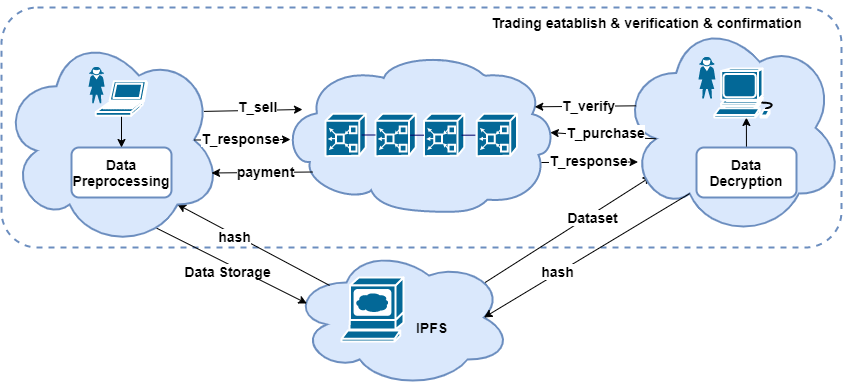
Earlier version of the draw.io export overview.png (yyuu-6/1111). Source tidied: cells renumbered, new cells last; positions are measured from the earlier drawing's top-left corner, leaving out a move shared by most shapes.
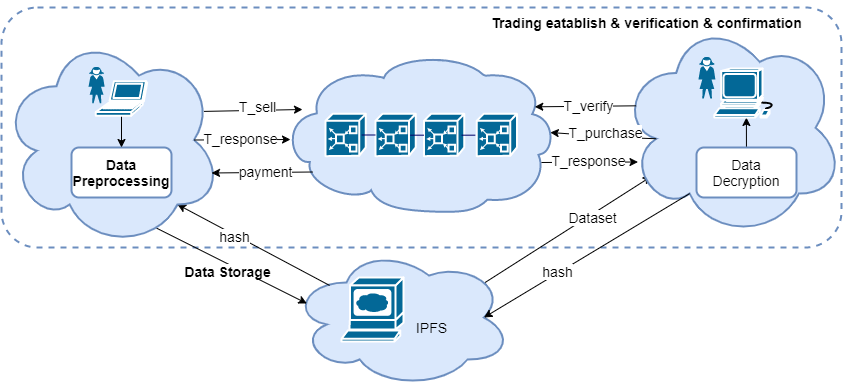
Later version of the same file.

What changed in the source:
```diff
@@ -5,76 +5,76 @@
     <mxCell id="2" style="rounded=1;whiteSpace=wrap;html=1;fontSize=13;strokeColor=#6C8EBF;strokeWidth=2;dashed=1;" parent="1" vertex="1">
       <mxGeometry width="840" height="240" as="geometry" />
     </mxCell>
-    <mxCell id="3" style="edgeStyle=none;rounded=0;jettySize=auto;html=1;exitX=0.88;exitY=0.25;exitDx=0;exitDy=0;exitPerimeter=0;fontSize=13;startArrow=none;startFill=0;endArrow=classic;endFill=1;" parent="1" edge="1" source="5">
+    <mxCell id="3" style="edgeStyle=none;rounded=0;jettySize=auto;html=1;exitX=0.88;exitY=0.25;exitDx=0;exitDy=0;exitPerimeter=0;fontSize=13;startArrow=none;startFill=0;endArrow=classic;endFill=1;fontStyle=0;" parent="1" edge="1" source="5">
       <mxGeometry relative="1" as="geometry">
         <mxPoint x="649.9" y="168.9" as="targetPoint" />
       </mxGeometry>
     </mxCell>
-    <mxCell id="4" value="&lt;font style=&quot;font-size: 14px&quot;&gt;&lt;b&gt;Dataset&lt;/b&gt;&lt;/font&gt;" style="edgeLabel;html=1;align=center;verticalAlign=middle;fontSize=13;" parent="3" vertex="1">
+    <mxCell id="4" value="&lt;font style=&quot;font-size: 14px&quot;&gt;&lt;span&gt;Dataset&lt;/span&gt;&lt;/font&gt;" style="edgeLabel;html=1;align=center;verticalAlign=middle;fontSize=13;fontStyle=0;" parent="3" vertex="1">
       <mxGeometry x="0.27" y="-2" relative="1" as="geometry">
         <mxPoint y="1" as="offset" />
       </mxGeometry>
     </mxCell>
-    <mxCell id="5" style="ellipse;shape=cloud;whiteSpace=wrap;html=1;strokeColor=#6c8ebf;strokeWidth=2;fillColor=#dae8fc;" parent="1" vertex="1">
+    <mxCell id="5" style="ellipse;shape=cloud;whiteSpace=wrap;html=1;strokeColor=#6c8ebf;strokeWidth=2;fillColor=#dae8fc;fontStyle=0;" parent="1" vertex="1">
       <mxGeometry x="290" y="240" width="220" height="140" as="geometry" />
     </mxCell>
-    <mxCell id="6" style="rounded=0;jettySize=auto;html=1;exitX=0.705;exitY=0.91;exitDx=0;exitDy=0;exitPerimeter=0;entryX=0.07;entryY=0.4;entryDx=0;entryDy=0;entryPerimeter=0;" parent="1" edge="1" source="12" target="5">
+    <mxCell id="6" style="rounded=0;jettySize=auto;html=1;exitX=0.705;exitY=0.91;exitDx=0;exitDy=0;exitPerimeter=0;entryX=0.07;entryY=0.4;entryDx=0;entryDy=0;entryPerimeter=0;fontStyle=0;" parent="1" edge="1" source="12" target="5">
       <mxGeometry relative="1" as="geometry" />
     </mxCell>
-    <mxCell id="7" value="&lt;font style=&quot;font-size: 14px&quot;&gt;&lt;b&gt;Data Storage&lt;/b&gt;&lt;/font&gt;" style="edgeLabel;html=1;align=center;verticalAlign=middle;" parent="6" vertex="1">
+    <mxCell id="7" value="&lt;font style=&quot;font-size: 14px&quot;&gt;&lt;span&gt;Data Storage&lt;/span&gt;&lt;/font&gt;" style="edgeLabel;html=1;align=center;verticalAlign=middle;fontStyle=1;" parent="6" vertex="1">
       <mxGeometry x="-0.25" y="2" relative="1" as="geometry">
         <mxPoint x="13" y="16" as="offset" />
       </mxGeometry>
     </mxCell>
-    <mxCell id="8" style="edgeStyle=none;rounded=0;jettySize=auto;html=1;exitX=0.8;exitY=0.8;exitDx=0;exitDy=0;exitPerimeter=0;entryX=0.173;entryY=0.271;entryDx=0;entryDy=0;entryPerimeter=0;startArrow=classic;startFill=1;endArrow=none;endFill=0;" parent="1" edge="1" source="12" target="5">
+    <mxCell id="8" style="edgeStyle=none;rounded=0;jettySize=auto;html=1;exitX=0.8;exitY=0.8;exitDx=0;exitDy=0;exitPerimeter=0;entryX=0.173;entryY=0.271;entryDx=0;entryDy=0;entryPerimeter=0;startArrow=classic;startFill=1;endArrow=none;endFill=0;fontStyle=0;" parent="1" edge="1" source="12" target="5">
       <mxGeometry relative="1" as="geometry" />
     </mxCell>
-    <mxCell id="9" value="&lt;font style=&quot;font-size: 14px&quot;&gt;&lt;b&gt;hash&lt;/b&gt;&lt;/font&gt;" style="edgeLabel;html=1;align=center;verticalAlign=middle;fontSize=13;" parent="8" vertex="1">
+    <mxCell id="9" value="&lt;font style=&quot;font-size: 14px&quot;&gt;&lt;span&gt;hash&lt;/span&gt;&lt;/font&gt;" style="edgeLabel;html=1;align=center;verticalAlign=middle;fontSize=13;fontStyle=0;" parent="8" vertex="1">
       <mxGeometry x="-0.26" y="-2" relative="1" as="geometry">
         <mxPoint x="1" as="offset" />
       </mxGeometry>
     </mxCell>
-    <mxCell id="10" style="rounded=0;jettySize=auto;html=1;exitX=0.92;exitY=0.367;exitDx=0;exitDy=0;exitPerimeter=0;fontSize=13;startArrow=none;startFill=0;endArrow=classic;endFill=1;" parent="1" edge="1" source="12">
+    <mxCell id="10" style="rounded=0;jettySize=auto;html=1;exitX=0.92;exitY=0.367;exitDx=0;exitDy=0;exitPerimeter=0;fontSize=13;startArrow=none;startFill=0;endArrow=classic;endFill=1;fontStyle=0;" parent="1" edge="1" source="12">
       <mxGeometry relative="1" as="geometry">
         <mxPoint x="301" y="102" as="targetPoint" />
       </mxGeometry>
     </mxCell>
-    <mxCell id="11" value="&lt;font style=&quot;font-size: 14px&quot;&gt;&lt;b&gt;T_sell&lt;/b&gt;&lt;/font&gt;" style="edgeLabel;html=1;align=center;verticalAlign=middle;fontSize=13;" parent="10" vertex="1">
+    <mxCell id="11" value="&lt;font style=&quot;font-size: 14px&quot;&gt;&lt;span&gt;T_sell&lt;/span&gt;&lt;/font&gt;" style="edgeLabel;html=1;align=center;verticalAlign=middle;fontSize=13;fontStyle=0;" parent="10" vertex="1">
       <mxGeometry x="0.31" y="-1" relative="1" as="geometry">
         <mxPoint x="-12" y="-5" as="offset" />
       </mxGeometry>
     </mxCell>
-    <mxCell id="12" style="ellipse;shape=cloud;whiteSpace=wrap;html=1;strokeColor=#6c8ebf;strokeWidth=2;fillColor=#dae8fc;" parent="1" vertex="1">
+    <mxCell id="12" style="ellipse;shape=cloud;whiteSpace=wrap;html=1;strokeColor=#6c8ebf;strokeWidth=2;fillColor=#dae8fc;fontStyle=0;" parent="1" vertex="1">
       <mxGeometry y="25" width="220" height="215" as="geometry" />
     </mxCell>
-    <mxCell id="13" style="group;" parent="1" vertex="1">
+    <mxCell id="13" style="group;fontStyle=0;" parent="1" vertex="1">
       <mxGeometry x="270" y="45" width="312" height="165" as="geometry" />
     </mxCell>
-    <mxCell id="14" style="shape=mxgraph.cisco.storage.cloud;html=1;dashed=0;strokeWidth=2;verticalLabelPosition=bottom;verticalAlign=top;align=center;outlineConnect=0;fillColor=#dae8fc;strokeColor=#6c8ebf;" parent="13" vertex="1">
+    <mxCell id="14" style="shape=mxgraph.cisco.storage.cloud;html=1;dashed=0;strokeWidth=2;verticalLabelPosition=bottom;verticalAlign=top;align=center;outlineConnect=0;fillColor=#dae8fc;strokeColor=#6c8ebf;fontStyle=0;" parent="13" vertex="1">
       <mxGeometry x="10" width="274.3" height="160" as="geometry" />
     </mxCell>
-    <mxCell id="15" style="group;" parent="13" vertex="1">
+    <mxCell id="15" style="group;fontStyle=0;" parent="13" vertex="1">
       <mxGeometry x="54.1" y="61.3" width="191.4" height="42.3" as="geometry" />
     </mxCell>
-    <mxCell id="16" style="shape=mxgraph.cisco.hubs_and_gateways.mas_gateway;html=1;dashed=0;fillColor=#036897;strokeColor=#ffffff;strokeWidth=2;verticalLabelPosition=bottom;verticalAlign=top;align=center;" parent="15" vertex="1">
+    <mxCell id="16" style="shape=mxgraph.cisco.hubs_and_gateways.mas_gateway;html=1;dashed=0;fillColor=#036897;strokeColor=#ffffff;strokeWidth=2;verticalLabelPosition=bottom;verticalAlign=top;align=center;fontStyle=0;" parent="15" vertex="1">
       <mxGeometry width="40.2" height="42.3" as="geometry" />
     </mxCell>
-    <mxCell id="17" style="shape=mxgraph.cisco.hubs_and_gateways.mas_gateway;html=1;dashed=0;fillColor=#036897;strokeColor=#ffffff;strokeWidth=2;verticalLabelPosition=bottom;verticalAlign=top;align=center;" parent="15" vertex="1">
+    <mxCell id="17" style="shape=mxgraph.cisco.hubs_and_gateways.mas_gateway;html=1;dashed=0;fillColor=#036897;strokeColor=#ffffff;strokeWidth=2;verticalLabelPosition=bottom;verticalAlign=top;align=center;fontStyle=0;" parent="15" vertex="1">
       <mxGeometry x="49.9" width="40.2" height="42.3" as="geometry" />
     </mxCell>
-    <mxCell id="18" style="shape=mxgraph.cisco.hubs_and_gateways.mas_gateway;html=1;dashed=0;fillColor=#036897;strokeColor=#ffffff;strokeWidth=2;verticalLabelPosition=bottom;verticalAlign=top;align=center;" parent="15" vertex="1">
+    <mxCell id="18" style="shape=mxgraph.cisco.hubs_and_gateways.mas_gateway;html=1;dashed=0;fillColor=#036897;strokeColor=#ffffff;strokeWidth=2;verticalLabelPosition=bottom;verticalAlign=top;align=center;fontStyle=0;" parent="15" vertex="1">
       <mxGeometry x="98.5" width="40.2" height="42.3" as="geometry" />
     </mxCell>
-    <mxCell id="19" style="shape=mxgraph.cisco.hubs_and_gateways.mas_gateway;html=1;dashed=0;fillColor=#036897;strokeColor=#ffffff;strokeWidth=2;verticalLabelPosition=bottom;verticalAlign=top;align=center;" parent="15" vertex="1">
+    <mxCell id="19" style="shape=mxgraph.cisco.hubs_and_gateways.mas_gateway;html=1;dashed=0;fillColor=#036897;strokeColor=#ffffff;strokeWidth=2;verticalLabelPosition=bottom;verticalAlign=top;align=center;fontStyle=0;" parent="15" vertex="1">
       <mxGeometry x="151.1" width="40.2" height="42.3" as="geometry" />
     </mxCell>
-    <mxCell id="20" style="line;strokeWidth=1;fillColor=none;align=left;verticalAlign=middle;spacingTop=-1;spacingLeft=3;spacingRight=3;labelPosition=right;strokeColor=#000066;" parent="15" vertex="1">
+    <mxCell id="20" style="line;strokeWidth=1;fillColor=none;align=left;verticalAlign=middle;spacingTop=-1;spacingLeft=3;spacingRight=3;labelPosition=right;strokeColor=#000066;fontStyle=0;" parent="15" vertex="1">
       <mxGeometry x="36.1" y="18.3" width="13.9" height="5.7" as="geometry" />
     </mxCell>
-    <mxCell id="21" style="line;strokeWidth=1;fillColor=none;align=left;verticalAlign=middle;spacingTop=-1;spacingLeft=3;spacingRight=3;labelPosition=right;strokeColor=#000066;" parent="15" vertex="1">
+    <mxCell id="21" style="line;strokeWidth=1;fillColor=none;align=left;verticalAlign=middle;spacingTop=-1;spacingLeft=3;spacingRight=3;labelPosition=right;strokeColor=#000066;fontStyle=0;" parent="15" vertex="1">
       <mxGeometry x="84.6" y="16.9" width="13.9" height="9" as="geometry" />
     </mxCell>
-    <mxCell id="22" style="line;strokeWidth=1;fillColor=none;align=left;verticalAlign=middle;spacingTop=-1;spacingLeft=3;spacingRight=3;labelPosition=right;strokeColor=#000066;" parent="15" vertex="1">
+    <mxCell id="22" style="line;strokeWidth=1;fillColor=none;align=left;verticalAlign=middle;spacingTop=-1;spacingLeft=3;spacingRight=3;labelPosition=right;strokeColor=#000066;fontStyle=0;" parent="15" vertex="1">
       <mxGeometry x="135.9" y="18.5" width="13.9" height="5.7" as="geometry" />
     </mxCell>
     <mxCell id="23" style="group;" parent="1" vertex="1">
@@ -83,97 +83,97 @@
     <mxCell id="24" style="ellipse;shape=cloud;whiteSpace=wrap;html=1;strokeColor=#6c8ebf;strokeWidth=2;fillColor=#dae8fc;" parent="23" vertex="1">
       <mxGeometry x="-70" y="-69.5" width="222.9" height="219.5" as="geometry" />
     </mxCell>
-    <mxCell id="25" style="shape=mxgraph.cisco.people.standing_woman;html=1;dashed=0;fillColor=#036897;strokeColor=#ffffff;strokeWidth=2;verticalLabelPosition=bottom;verticalAlign=top;align=center;" parent="23" vertex="1">
+    <mxCell id="25" style="shape=mxgraph.cisco.people.standing_woman;html=1;dashed=0;fillColor=#036897;strokeColor=#ffffff;strokeWidth=2;verticalLabelPosition=bottom;verticalAlign=top;align=center;fontStyle=0;" parent="23" vertex="1">
       <mxGeometry x="7.9" y="-30" width="17" height="41.1" as="geometry" />
     </mxCell>
-    <mxCell id="26" style="edgeStyle=none;rounded=0;jettySize=auto;html=1;fontSize=13;startArrow=classic;startFill=1;endArrow=none;endFill=0;" parent="23" edge="1" source="27" target="28">
+    <mxCell id="26" style="edgeStyle=none;rounded=0;jettySize=auto;html=1;fontSize=13;startArrow=classic;startFill=1;endArrow=none;endFill=0;fontStyle=0;" parent="23" edge="1" source="27" target="28">
       <mxGeometry relative="1" as="geometry" />
     </mxCell>
-    <mxCell id="27" style="shape=mxgraph.cisco.computers_and_peripherals.workstation;html=1;dashed=0;fillColor=#036897;strokeColor=#ffffff;strokeWidth=2;verticalLabelPosition=bottom;verticalAlign=top;align=center;outlineConnect=0;fontSize=17;" parent="23" vertex="1">
+    <mxCell id="27" style="shape=mxgraph.cisco.computers_and_peripherals.workstation;html=1;dashed=0;fillColor=#036897;strokeColor=#ffffff;strokeWidth=2;verticalLabelPosition=bottom;verticalAlign=top;align=center;outlineConnect=0;fontSize=17;fontStyle=0;" parent="23" vertex="1">
       <mxGeometry x="23.8" y="-18.9" width="64.2" height="48.9" as="geometry" />
     </mxCell>
-    <mxCell id="28" value="&lt;font style=&quot;font-size: 14px&quot;&gt;&lt;b&gt;Data Decryption&lt;/b&gt;&lt;/font&gt;" style="rounded=1;whiteSpace=wrap;html=1;strokeColor=#6C8EBF;strokeWidth=2;" parent="23" vertex="1">
+    <mxCell id="28" value="&lt;font style=&quot;font-size: 14px&quot;&gt;&lt;span&gt;Data Decryption&lt;/span&gt;&lt;/font&gt;" style="rounded=1;whiteSpace=wrap;html=1;strokeColor=#6C8EBF;strokeWidth=2;fontStyle=0;" parent="23" vertex="1">
       <mxGeometry x="6" y="60" width="100" height="50" as="geometry" />
     </mxCell>
-    <mxCell id="29" style="shape=mxgraph.cisco.computers_and_peripherals.web_browser;html=1;dashed=0;fillColor=#036897;strokeColor=#ffffff;strokeWidth=2;verticalLabelPosition=bottom;verticalAlign=top;align=center;" parent="1" vertex="1">
+    <mxCell id="29" style="shape=mxgraph.cisco.computers_and_peripherals.web_browser;html=1;dashed=0;fillColor=#036897;strokeColor=#ffffff;strokeWidth=2;verticalLabelPosition=bottom;verticalAlign=top;align=center;fontStyle=0;" parent="1" vertex="1">
       <mxGeometry x="340" y="270" width="62" height="64" as="geometry" />
     </mxCell>
-    <mxCell id="30" value="&lt;font style=&quot;font-size: 14px&quot;&gt;&lt;b&gt;Data Preprocessing&lt;/b&gt;&lt;/font&gt;" style="rounded=1;whiteSpace=wrap;html=1;strokeColor=#6C8EBF;strokeWidth=2;" parent="1" vertex="1">
+    <mxCell id="30" value="&lt;font style=&quot;font-size: 14px&quot;&gt;&lt;span&gt;&lt;b&gt;Data Preprocessing&lt;/b&gt;&lt;/span&gt;&lt;/font&gt;" style="rounded=1;whiteSpace=wrap;html=1;strokeColor=#6C8EBF;strokeWidth=2;fontStyle=0;" parent="1" vertex="1">
       <mxGeometry x="70" y="140" width="100" height="50" as="geometry" />
     </mxCell>
-    <mxCell id="31" style="shape=mxgraph.cisco.people.standing_woman;html=1;dashed=0;fillColor=#036897;strokeColor=#ffffff;strokeWidth=2;verticalLabelPosition=bottom;verticalAlign=top;align=center;" parent="1" vertex="1">
+    <mxCell id="31" style="shape=mxgraph.cisco.people.standing_woman;html=1;dashed=0;fillColor=#036897;strokeColor=#ffffff;strokeWidth=2;verticalLabelPosition=bottom;verticalAlign=top;align=center;fontStyle=0;" parent="1" vertex="1">
       <mxGeometry x="87" y="60" width="16.1" height="35.8" as="geometry" />
     </mxCell>
-    <mxCell id="32" style="edgeStyle=orthogonalEdgeStyle;rounded=0;jettySize=auto;html=1;exitX=0.5;exitY=1;exitDx=0;exitDy=0;exitPerimeter=0;" parent="1" edge="1" source="33" target="30">
+    <mxCell id="32" style="edgeStyle=orthogonalEdgeStyle;rounded=0;jettySize=auto;html=1;exitX=0.5;exitY=1;exitDx=0;exitDy=0;exitPerimeter=0;fontStyle=0;" parent="1" edge="1" source="33" target="30">
       <mxGeometry relative="1" as="geometry" />
     </mxCell>
-    <mxCell id="33" style="shape=mxgraph.cisco.computers_and_peripherals.laptop;html=1;dashed=0;fillColor=#036897;strokeColor=#ffffff;strokeWidth=2;verticalLabelPosition=bottom;verticalAlign=top;align=center;outlineConnect=0;" parent="1" vertex="1">
+    <mxCell id="33" style="shape=mxgraph.cisco.computers_and_peripherals.laptop;html=1;dashed=0;fillColor=#036897;strokeColor=#ffffff;strokeWidth=2;verticalLabelPosition=bottom;verticalAlign=top;align=center;outlineConnect=0;fontStyle=0;" parent="1" vertex="1">
       <mxGeometry x="94.3" y="73.8" width="51.3" height="34.4" as="geometry" />
     </mxCell>
-    <mxCell id="34" value="&lt;font size=&quot;1&quot;&gt;&lt;b style=&quot;font-size: 14px&quot;&gt;IPFS&lt;/b&gt;&lt;/font&gt;" style="text;html=1;align=center;verticalAlign=middle;strokeColor=none;" parent="1" vertex="1">
+    <mxCell id="34" value="&lt;font size=&quot;1&quot;&gt;&lt;span style=&quot;font-size: 14px&quot;&gt;IPFS&lt;/span&gt;&lt;/font&gt;" style="text;html=1;align=center;verticalAlign=middle;strokeColor=none;fontStyle=0;" parent="1" vertex="1">
       <mxGeometry x="405" y="310" width="50" height="20" as="geometry" />
     </mxCell>
-    <mxCell id="35" style="edgeStyle=none;rounded=0;jettySize=auto;html=1;exitX=0.31;exitY=0.8;exitDx=0;exitDy=0;exitPerimeter=0;entryX=0.875;entryY=0.5;entryDx=0;entryDy=0;entryPerimeter=0;fontSize=13;startArrow=none;startFill=0;endArrow=classic;endFill=1;" parent="1" edge="1" source="24" target="5">
+    <mxCell id="35" style="edgeStyle=none;rounded=0;jettySize=auto;html=1;exitX=0.31;exitY=0.8;exitDx=0;exitDy=0;exitPerimeter=0;entryX=0.875;entryY=0.5;entryDx=0;entryDy=0;entryPerimeter=0;fontSize=13;startArrow=none;startFill=0;endArrow=classic;endFill=1;fontStyle=0;" parent="1" edge="1" source="24" target="5">
       <mxGeometry relative="1" as="geometry" />
     </mxCell>
-    <mxCell id="36" value="&lt;font style=&quot;font-size: 14px&quot;&gt;&lt;b&gt;hash&lt;/b&gt;&lt;/font&gt;" style="edgeLabel;html=1;align=center;verticalAlign=middle;fontSize=13;" parent="35" vertex="1">
+    <mxCell id="36" value="&lt;font style=&quot;font-size: 14px&quot;&gt;&lt;span&gt;hash&lt;/span&gt;&lt;/font&gt;" style="edgeLabel;html=1;align=center;verticalAlign=middle;fontSize=13;fontStyle=0;" parent="35" vertex="1">
       <mxGeometry x="0.29" y="-2" relative="1" as="geometry" />
     </mxCell>
-    <mxCell id="37" style="edgeStyle=none;rounded=0;jettySize=auto;html=1;exitX=0.16;exitY=0.55;exitDx=0;exitDy=0;exitPerimeter=0;fontSize=13;startArrow=none;startFill=0;endArrow=classic;endFill=1;entryX=0.98;entryY=0.5;entryDx=0;entryDy=0;entryPerimeter=0;" parent="1" edge="1" source="24" target="14">
+    <mxCell id="37" style="edgeStyle=none;rounded=0;jettySize=auto;html=1;exitX=0.16;exitY=0.55;exitDx=0;exitDy=0;exitPerimeter=0;fontSize=13;startArrow=none;startFill=0;endArrow=classic;endFill=1;entryX=0.98;entryY=0.5;entryDx=0;entryDy=0;entryPerimeter=0;fontStyle=0;" parent="1" edge="1" source="24" target="14">
       <mxGeometry relative="1" as="geometry">
         <Array as="points">
           <mxPoint x="620" y="130" />
         </Array>
       </mxGeometry>
     </mxCell>
-    <mxCell id="38" value="&lt;font style=&quot;font-size: 14px&quot;&gt;&lt;b&gt;T_purchase&lt;/b&gt;&lt;/font&gt;" style="edgeLabel;html=1;align=center;verticalAlign=middle;fontSize=13;" parent="37" vertex="1">
+    <mxCell id="38" value="&lt;font style=&quot;font-size: 14px&quot;&gt;&lt;span&gt;T_purchase&lt;/span&gt;&lt;/font&gt;" style="edgeLabel;html=1;align=center;verticalAlign=middle;fontSize=13;fontStyle=0;" parent="37" vertex="1">
       <mxGeometry x="0.47" relative="1" as="geometry">
         <mxPoint x="27" y="-2" as="offset" />
       </mxGeometry>
     </mxCell>
-    <mxCell id="39" style="rounded=0;jettySize=auto;html=1;fontSize=13;startArrow=none;startFill=0;endArrow=classic;endFill=1;exitX=0.07;exitY=0.4;exitDx=0;exitDy=0;exitPerimeter=0;" parent="1" edge="1" source="24">
+    <mxCell id="39" style="rounded=0;jettySize=auto;html=1;fontSize=13;startArrow=none;startFill=0;endArrow=classic;endFill=1;exitX=0.07;exitY=0.4;exitDx=0;exitDy=0;exitPerimeter=0;fontStyle=0;" parent="1" edge="1" source="24">
       <mxGeometry relative="1" as="geometry">
         <mxPoint x="533.3" y="99.3" as="targetPoint" />
       </mxGeometry>
     </mxCell>
-    <mxCell id="40" value="&lt;font style=&quot;font-size: 14px&quot;&gt;&lt;b&gt;T_verify&lt;/b&gt;&lt;/font&gt;" style="edgeLabel;html=1;align=center;verticalAlign=middle;fontSize=13;" parent="39" vertex="1">
+    <mxCell id="40" value="&lt;font style=&quot;font-size: 14px&quot;&gt;&lt;span&gt;T_verify&lt;/span&gt;&lt;/font&gt;" style="edgeLabel;html=1;align=center;verticalAlign=middle;fontSize=13;fontStyle=0;" parent="39" vertex="1">
       <mxGeometry x="0.47" relative="1" as="geometry">
         <mxPoint x="27" y="-2" as="offset" />
       </mxGeometry>
     </mxCell>
-    <mxCell id="41" style="rounded=0;jettySize=auto;html=1;exitX=0.875;exitY=0.5;exitDx=0;exitDy=0;exitPerimeter=0;fontSize=13;startArrow=none;startFill=0;endArrow=classic;endFill=1;" parent="1" edge="1" source="12">
+    <mxCell id="41" style="rounded=0;jettySize=auto;html=1;exitX=0.875;exitY=0.5;exitDx=0;exitDy=0;exitPerimeter=0;fontSize=13;startArrow=none;startFill=0;endArrow=classic;endFill=1;fontStyle=0;" parent="1" edge="1" source="12">
       <mxGeometry relative="1" as="geometry">
         <mxPoint x="289" y="132" as="targetPoint" />
       </mxGeometry>
     </mxCell>
-    <mxCell id="42" value="&lt;font style=&quot;font-size: 14px&quot;&gt;&lt;b&gt;T_response&lt;/b&gt;&lt;/font&gt;" style="edgeLabel;html=1;align=center;verticalAlign=middle;fontSize=13;" parent="41" vertex="1">
+    <mxCell id="42" value="&lt;font style=&quot;font-size: 14px&quot;&gt;&lt;span&gt;T_response&lt;/span&gt;&lt;/font&gt;" style="edgeLabel;html=1;align=center;verticalAlign=middle;fontSize=13;fontStyle=0;" parent="41" vertex="1">
       <mxGeometry x="0.31" y="-1" relative="1" as="geometry">
         <mxPoint x="-17" y="-3" as="offset" />
       </mxGeometry>
     </mxCell>
-    <mxCell id="43" style="rounded=0;orthogonalLoop=1;jettySize=auto;html=1;fontSize=13;startArrow=none;startFill=0;endArrow=classic;endFill=1;exitX=0.07;exitY=0.4;exitDx=0;exitDy=0;exitPerimeter=0;" parent="1" edge="1">
+    <mxCell id="43" style="rounded=0;orthogonalLoop=1;jettySize=auto;html=1;fontSize=13;startArrow=none;startFill=0;endArrow=classic;endFill=1;exitX=0.07;exitY=0.4;exitDx=0;exitDy=0;exitPerimeter=0;fontStyle=0;" parent="1" edge="1">
       <mxGeometry relative="1" as="geometry">
         <mxPoint x="311.3" y="164.5" as="sourcePoint" />
         <mxPoint x="210" y="165.5" as="targetPoint" />
       </mxGeometry>
     </mxCell>
-    <mxCell id="44" value="&lt;font style=&quot;font-size: 14px&quot;&gt;&lt;b&gt;payment&lt;/b&gt;&lt;/font&gt;" style="edgeLabel;html=1;align=center;verticalAlign=middle;fontSize=13;" parent="43" vertex="1">
+    <mxCell id="44" value="&lt;font style=&quot;font-size: 14px&quot;&gt;&lt;span&gt;payment&lt;/span&gt;&lt;/font&gt;" style="edgeLabel;html=1;align=center;verticalAlign=middle;fontSize=13;fontStyle=0;" parent="43" vertex="1">
       <mxGeometry x="0.47" relative="1" as="geometry">
         <mxPoint x="27" y="-2" as="offset" />
       </mxGeometry>
     </mxCell>
-    <mxCell id="45" style="rounded=0;orthogonalLoop=1;jettySize=auto;html=1;exitX=0.875;exitY=0.5;exitDx=0;exitDy=0;exitPerimeter=0;fontSize=13;startArrow=none;startFill=0;endArrow=classic;endFill=1;" parent="1" edge="1">
+    <mxCell id="45" style="rounded=0;orthogonalLoop=1;jettySize=auto;html=1;exitX=0.875;exitY=0.5;exitDx=0;exitDy=0;exitPerimeter=0;fontSize=13;startArrow=none;startFill=0;endArrow=classic;endFill=1;fontStyle=0;" parent="1" edge="1">
       <mxGeometry relative="1" as="geometry">
         <mxPoint x="540" y="155" as="sourcePoint" />
         <mxPoint x="636.5" y="154.5" as="targetPoint" />
       </mxGeometry>
     </mxCell>
-    <mxCell id="46" value="&lt;font style=&quot;font-size: 14px&quot;&gt;&lt;b&gt;T_response&lt;/b&gt;&lt;/font&gt;" style="edgeLabel;html=1;align=center;verticalAlign=middle;fontSize=13;" parent="45" vertex="1">
+    <mxCell id="46" value="&lt;font style=&quot;font-size: 14px&quot;&gt;&lt;span&gt;T_response&lt;/span&gt;&lt;/font&gt;" style="edgeLabel;html=1;align=center;verticalAlign=middle;fontSize=13;fontStyle=0;" parent="45" vertex="1">
       <mxGeometry x="0.31" y="-1" relative="1" as="geometry">
         <mxPoint x="-17" y="-3" as="offset" />
       </mxGeometry>
     </mxCell>
-    <mxCell id="47" style="edgeStyle=none;rounded=0;orthogonalLoop=1;jettySize=auto;html=1;exitX=0.5;exitY=0;exitDx=0;exitDy=0;fontSize=13;startArrow=none;startFill=0;endArrow=classic;endFill=1;" parent="1" edge="1" source="2" target="2">
+    <mxCell id="47" style="edgeStyle=none;rounded=0;orthogonalLoop=1;jettySize=auto;html=1;exitX=0.5;exitY=0;exitDx=0;exitDy=0;fontSize=13;startArrow=none;startFill=0;endArrow=classic;endFill=1;fontStyle=0;" parent="1" edge="1" source="2" target="2">
       <mxGeometry relative="1" as="geometry" />
     </mxCell>
     <mxCell id="48" value="&lt;font style=&quot;font-size: 14px&quot;&gt;&lt;b&gt;Trading eatablish &amp;amp; verification &amp;amp; confirmation&lt;/b&gt;&lt;/font&gt;" style="text;html=1;align=center;verticalAlign=middle;strokeColor=none;fontSize=13;" parent="1" vertex="1">
```
